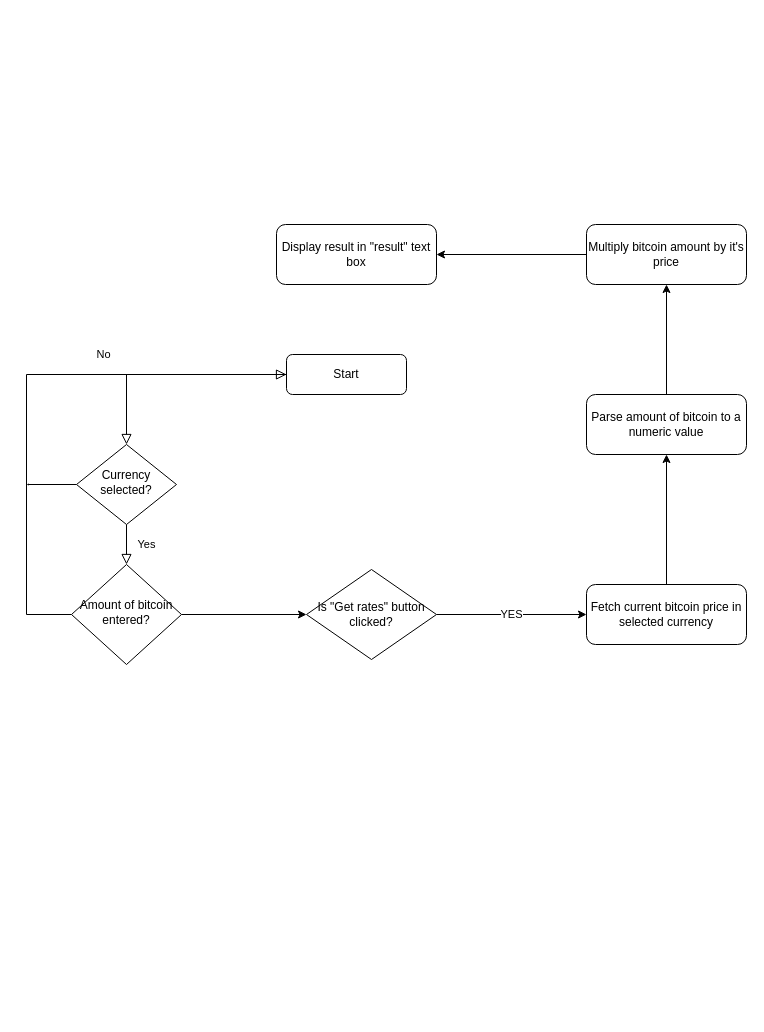
This is BitcoinCalculator/btc.drawio from stenpatrick/Tarkvara-arendusprotsess, a draw.io file, before an edit. Source tidied: cells renumbered, new cells numbered last; positions are measured from the earlier drawing's top-left corner, leaving out a move shared by most shapes. Both pictures are drawn from the tidied source at 100%, with x=0, y=0 at pixel (26, 224).
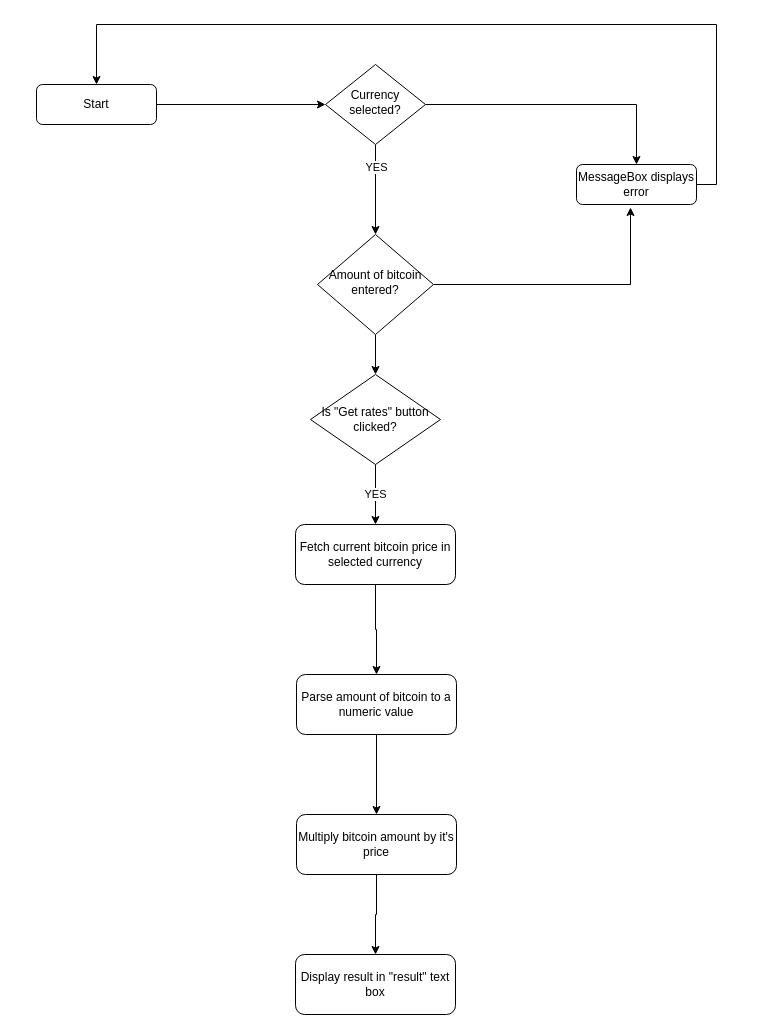
The same diagram, later.

Commit message (it also covers changes not shown here):
fixed UML and added error handling

Diff of the diagram source:
```diff
@@
-    <mxCell id="2" style="rounded=0;html=1;jettySize=auto;fontSize=11;endArrow=block;endFill=0;endSize=8;strokeWidth=1;shadow=0;labelBackgroundColor=none;edgeStyle=orthogonalEdgeStyle;" parent="1" edge="1" source="3" target="6">
+    <mxCell id="2" style="edgeStyle=orthogonalEdgeStyle;rounded=0;jettySize=auto;html=1;" parent="1" edge="1" source="3" target="6">
       <mxGeometry relative="1" as="geometry" />
     </mxCell>
     <mxCell id="3" value="Start" style="rounded=1;whiteSpace=wrap;html=1;fontSize=12;glass=0;strokeWidth=1;shadow=0;" parent="1" vertex="1">
-      <mxGeometry x="260" y="130" width="120" height="40" as="geometry" />
+      <mxGeometry x="10" y="-140" width="120" height="40" as="geometry" />
     </mxCell>
-    <mxCell id="4" value="Yes" style="rounded=0;html=1;jettySize=auto;fontSize=11;endArrow=block;endFill=0;endSize=8;strokeWidth=1;shadow=0;labelBackgroundColor=none;edgeStyle=orthogonalEdgeStyle;" parent="1" edge="1" source="6" target="9">
-      <mxGeometry y="20" relative="1" as="geometry">
-        <Array as="points">
-          <mxPoint x="100" y="330" />
-          <mxPoint x="100" y="330" />
-        </Array>
-      </mxGeometry>
+    <mxCell id="4" style="edgeStyle=orthogonalEdgeStyle;rounded=0;jettySize=auto;html=1;" parent="1" edge="1" source="6" target="9">
+      <mxGeometry relative="1" as="geometry" />
     </mxCell>
-    <mxCell id="5" style="edgeStyle=orthogonalEdgeStyle;rounded=0;jettySize=auto;html=1;exitX=0;exitY=0.5;exitDx=0;exitDy=0;strokeWidth=1;endSize=0;" parent="1" edge="1" source="6">
-      <mxGeometry relative="1" as="geometry">
-        <mxPoint y="260" as="targetPoint" />
-      </mxGeometry>
-    </mxCell>
+    <mxCell id="19" value="YES" style="edgeLabel;html=1;align=center;verticalAlign=middle;" parent="4" vertex="1">
+      <mxGeometry x="-0.52" relative="1" as="geometry" />
+    </mxCell>
+    <mxCell id="20" style="edgeStyle=orthogonalEdgeStyle;rounded=0;jettySize=auto;html=1;entryX=0.5;entryY=0;entryDx=0;entryDy=0;" parent="1" edge="1" source="6" target="22">
+      <mxGeometry relative="1" as="geometry" />
+    </mxCell>
     <mxCell id="6" value="Currency selected?" style="rhombus;whiteSpace=wrap;html=1;shadow=0;fontFamily=Helvetica;fontSize=12;align=center;strokeWidth=1;spacing=6;spacingTop=-4;" parent="1" vertex="1">
-      <mxGeometry x="50" y="220" width="100" height="80" as="geometry" />
+      <mxGeometry x="299" y="-160" width="100" height="80" as="geometry" />
     </mxCell>
-    <mxCell id="7" value="No" style="rounded=0;html=1;jettySize=auto;fontSize=11;endArrow=block;endFill=0;endSize=8;strokeWidth=1;shadow=0;labelBackgroundColor=none;edgeStyle=orthogonalEdgeStyle;entryX=0;entryY=0.5;entryDx=0;entryDy=0;" parent="1" edge="1" source="9" target="3">
-      <mxGeometry x="0.33" y="20" relative="1" as="geometry">
-        <Array as="points">
-          <mxPoint y="390" />
-          <mxPoint y="150" />
-        </Array>
-      </mxGeometry>
-    </mxCell>
-    <mxCell id="8" style="edgeStyle=orthogonalEdgeStyle;rounded=0;jettySize=auto;html=1;entryX=0;entryY=0.5;entryDx=0;entryDy=0;" parent="1" edge="1" source="9" target="18">
+    <mxCell id="8" style="edgeStyle=orthogonalEdgeStyle;rounded=0;jettySize=auto;html=1;" parent="1" edge="1" source="9" target="18">
       <mxGeometry relative="1" as="geometry" />
     </mxCell>
     <mxCell id="9" value="Amount of bitcoin entered?" style="rhombus;whiteSpace=wrap;html=1;shadow=0;fontFamily=Helvetica;fontSize=12;align=center;strokeWidth=1;spacing=6;spacingTop=-4;" parent="1" vertex="1">
-      <mxGeometry x="45" y="340" width="110" height="100" as="geometry" />
+      <mxGeometry x="291" y="10" width="116" height="100" as="geometry" />
     </mxCell>
-    <mxCell id="10" style="edgeStyle=orthogonalEdgeStyle;rounded=0;jettySize=auto;html=1;entryX=0.5;entryY=1;entryDx=0;entryDy=0;" parent="1" edge="1" source="11" target="13">
+    <mxCell id="10" style="edgeStyle=orthogonalEdgeStyle;rounded=0;jettySize=auto;html=1;" parent="1" edge="1" source="11" target="13">
       <mxGeometry relative="1" as="geometry" />
     </mxCell>
     <mxCell id="11" value="Fetch current bitcoin price in selected currency" style="rounded=1;whiteSpace=wrap;html=1;" parent="1" vertex="1">
-      <mxGeometry x="560" y="360" width="160" height="60" as="geometry" />
+      <mxGeometry x="269" y="300" width="160" height="60" as="geometry" />
     </mxCell>
-    <mxCell id="12" style="edgeStyle=orthogonalEdgeStyle;rounded=0;jettySize=auto;html=1;entryX=0.5;entryY=1;entryDx=0;entryDy=0;" parent="1" edge="1" source="13" target="15">
+    <mxCell id="12" style="edgeStyle=orthogonalEdgeStyle;rounded=0;jettySize=auto;html=1;" parent="1" edge="1" source="13" target="15">
       <mxGeometry relative="1" as="geometry" />
     </mxCell>
     <mxCell id="13" value="Parse amount of bitcoin to a numeric value" style="rounded=1;whiteSpace=wrap;html=1;" parent="1" vertex="1">
-      <mxGeometry x="560" y="170" width="160" height="60" as="geometry" />
+      <mxGeometry x="270" y="450" width="160" height="60" as="geometry" />
     </mxCell>
@@
     <mxCell id="15" value="Multiply bitcoin amount by it's price" style="rounded=1;whiteSpace=wrap;html=1;" parent="1" vertex="1">
-      <mxGeometry x="560" width="160" height="60" as="geometry" />
+      <mxGeometry x="270" y="590" width="160" height="60" as="geometry" />
     </mxCell>
     <mxCell id="16" value="Display result in &quot;result&quot; text box" style="rounded=1;whiteSpace=wrap;html=1;" parent="1" vertex="1">
-      <mxGeometry x="250" width="160" height="60" as="geometry" />
+      <mxGeometry x="269" y="730" width="160" height="60" as="geometry" />
     </mxCell>
@@
     <mxCell id="18" value="Is &quot;Get rates&quot; button clicked?" style="rhombus;whiteSpace=wrap;html=1;" parent="1" vertex="1">
-      <mxGeometry x="280" y="345" width="130" height="90" as="geometry" />
+      <mxGeometry x="284" y="150" width="130" height="90" as="geometry" />
     </mxCell>
+    <mxCell id="21" style="edgeStyle=orthogonalEdgeStyle;rounded=0;jettySize=auto;html=1;entryX=0.5;entryY=0;entryDx=0;entryDy=0;" parent="1" edge="1" source="22" target="3">
+      <mxGeometry relative="1" as="geometry">
+        <Array as="points">
+          <mxPoint x="690" y="-40" />
+          <mxPoint x="690" y="-200" />
+          <mxPoint x="70" y="-200" />
+        </Array>
+      </mxGeometry>
+    </mxCell>
+    <mxCell id="22" value="MessageBox displays error" style="rounded=1;whiteSpace=wrap;html=1;fontSize=12;glass=0;strokeWidth=1;shadow=0;" parent="1" vertex="1">
+      <mxGeometry x="550" y="-60" width="120" height="40" as="geometry" />
+    </mxCell>
+    <mxCell id="23" style="edgeStyle=orthogonalEdgeStyle;rounded=0;jettySize=auto;html=1;entryX=0.45;entryY=1.075;entryDx=0;entryDy=0;entryPerimeter=0;" parent="1" edge="1" source="9" target="22">
+      <mxGeometry relative="1" as="geometry" />
+    </mxCell>
```
